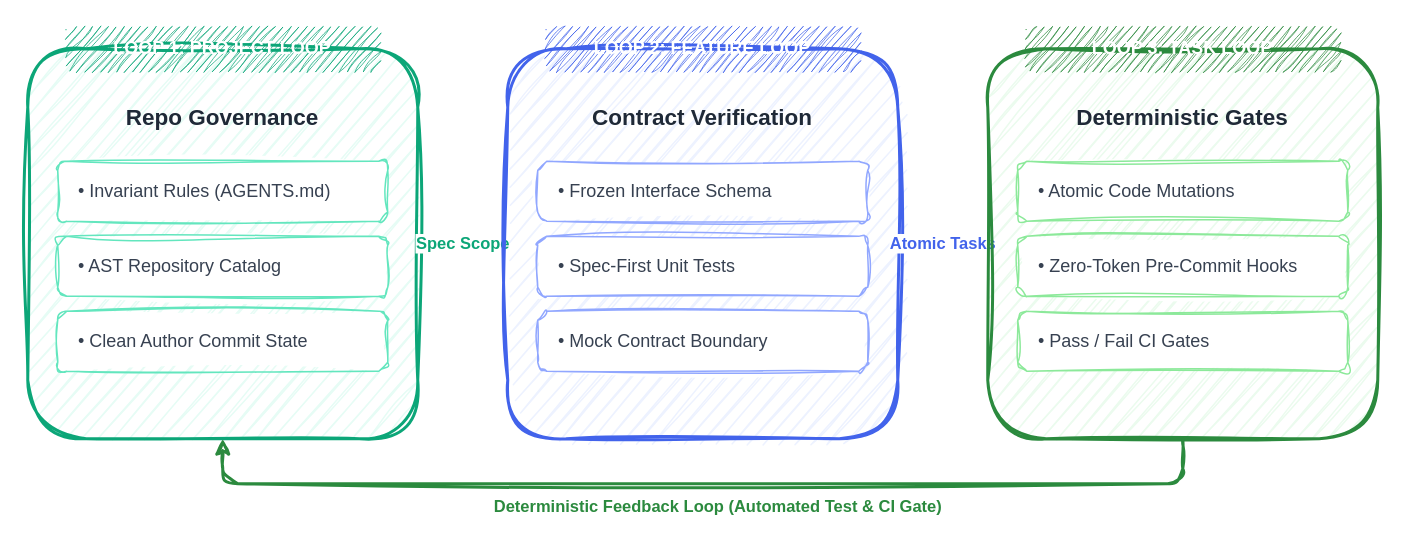
Before: public/diagrams/three-loop-harness.drawio in samuelek25k/samuelj90.github.io, a draw.io diagram. Source tidied: cells renumbered, new cells numbered last; positions are measured from the earlier drawing's top-left corner, leaving out a move shared by most shapes. Both pictures are drawn from the tidied source at 150%, with x=0, y=0 at pixel (27, 26).
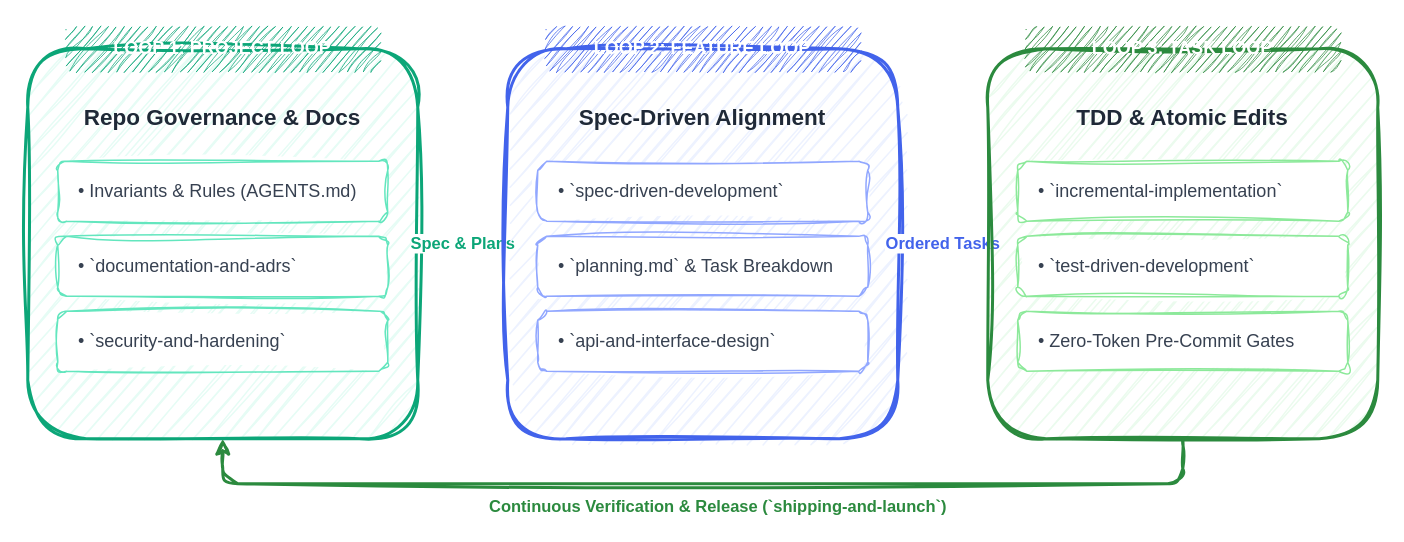
After the change.

Commit message (it also covers changes not shown here):
feat(diagrams): update architecture diagrams with consolidated skills layout

Unchanged cells that the change refers to:
```xml
<mxCell id="2" style="rounded=1;whiteSpace=wrap;html=1;sketch=1;curveFitting=1;jiggle=2;fillColor=#e6fcf5;strokeColor=#0ca678;strokeWidth=2;shadow=0;" parent="1" vertex="1">
  <mxGeometry y="15" width="260" height="260" as="geometry" />
</mxCell>
<mxCell id="9" style="rounded=1;whiteSpace=wrap;html=1;sketch=1;curveFitting=1;jiggle=2;fillColor=#edf2ff;strokeColor=#4263eb;strokeWidth=2;shadow=0;" parent="1" vertex="1">
  <mxGeometry x="320" y="15" width="260" height="260" as="geometry" />
</mxCell>
<mxCell id="16" style="rounded=1;whiteSpace=wrap;html=1;sketch=1;curveFitting=1;jiggle=2;fillColor=#ebfbee;strokeColor=#2b8a3e;strokeWidth=2;shadow=0;" parent="1" vertex="1">
  <mxGeometry x="640" y="15" width="260" height="260" as="geometry" />
</mxCell>
```

Diff of the diagram source:
```diff
@@
-    <mxCell id="4" value="&lt;b&gt;Repo Governance&lt;/b&gt;" style="text;html=1;strokeColor=none;fillColor=none;align=center;verticalAlign=middle;whiteSpace=wrap;rounded=0;fontSize=15;fontFamily=Helvetica;fontColor=#1f2937;" parent="1" vertex="1">
+    <mxCell id="4" value="&lt;b&gt;Repo Governance &amp; Docs&lt;/b&gt;" style="text;html=1;strokeColor=none;fillColor=none;align=center;verticalAlign=middle;whiteSpace=wrap;rounded=0;fontSize=15;fontFamily=Helvetica;fontColor=#1f2937;" parent="1" vertex="1">
       <mxGeometry x="20" y="45" width="220" height="30" as="geometry" />
     </mxCell>
-    <mxCell id="5" value="• Invariant Rules (AGENTS.md)" style="rounded=1;whiteSpace=wrap;html=1;sketch=1;curveFitting=1;jiggle=2;fillColor=#ffffff;strokeColor=#63e6be;fontSize=12;align=left;spacingLeft=12;fontFamily=Helvetica;fontColor=#374151;" parent="1" vertex="1">
+    <mxCell id="5" value="• Invariants &amp; Rules (AGENTS.md)" style="rounded=1;whiteSpace=wrap;html=1;sketch=1;curveFitting=1;jiggle=2;fillColor=#ffffff;strokeColor=#63e6be;fontSize=12;align=left;spacingLeft=12;fontFamily=Helvetica;fontColor=#374151;" parent="1" vertex="1">
       <mxGeometry x="20" y="90" width="220" height="40" as="geometry" />
     </mxCell>
-    <mxCell id="6" value="• AST Repository Catalog" style="rounded=1;whiteSpace=wrap;html=1;sketch=1;curveFitting=1;jiggle=2;fillColor=#ffffff;strokeColor=#63e6be;fontSize=12;align=left;spacingLeft=12;fontFamily=Helvetica;fontColor=#374151;" parent="1" vertex="1">
+    <mxCell id="6" value="• `documentation-and-adrs`" style="rounded=1;whiteSpace=wrap;html=1;sketch=1;curveFitting=1;jiggle=2;fillColor=#ffffff;strokeColor=#63e6be;fontSize=12;align=left;spacingLeft=12;fontFamily=Helvetica;fontColor=#374151;" parent="1" vertex="1">
       <mxGeometry x="20" y="140" width="220" height="40" as="geometry" />
     </mxCell>
-    <mxCell id="7" value="• Clean Author Commit State" style="rounded=1;whiteSpace=wrap;html=1;sketch=1;curveFitting=1;jiggle=2;fillColor=#ffffff;strokeColor=#63e6be;fontSize=12;align=left;spacingLeft=12;fontFamily=Helvetica;fontColor=#374151;" parent="1" vertex="1">
+    <mxCell id="7" value="• `security-and-hardening`" style="rounded=1;whiteSpace=wrap;html=1;sketch=1;curveFitting=1;jiggle=2;fillColor=#ffffff;strokeColor=#63e6be;fontSize=12;align=left;spacingLeft=12;fontFamily=Helvetica;fontColor=#374151;" parent="1" vertex="1">
       <mxGeometry x="20" y="190" width="220" height="40" as="geometry" />
     </mxCell>
-    <mxCell id="8" value="&lt;b&gt;Spec Scope&lt;/b&gt;" style="edgeStyle=orthogonalEdgeStyle;rounded=1;jettySize=auto;html=1;strokeColor=#0ca678;strokeWidth=2.5;sketch=1;curveFitting=1;jiggle=2;fontColor=#0ca678;fontSize=11;fontFamily=Helvetica;" parent="1" edge="1" source="2" target="9">
+    <mxCell id="8" value="&lt;b&gt;Spec &amp; Plans&lt;/b&gt;" style="edgeStyle=orthogonalEdgeStyle;rounded=1;jettySize=auto;html=1;strokeColor=#0ca678;strokeWidth=2.5;sketch=1;curveFitting=1;jiggle=2;fontColor=#0ca678;fontSize=11;fontFamily=Helvetica;" parent="1" edge="1" source="2" target="9">
       <mxGeometry relative="1" as="geometry" />
     </mxCell>
@@
-    <mxCell id="11" value="&lt;b&gt;Contract Verification&lt;/b&gt;" style="text;html=1;strokeColor=none;fillColor=none;align=center;verticalAlign=middle;whiteSpace=wrap;rounded=0;fontSize=15;fontFamily=Helvetica;fontColor=#1f2937;" parent="1" vertex="1">
+    <mxCell id="11" value="&lt;b&gt;Spec-Driven Alignment&lt;/b&gt;" style="text;html=1;strokeColor=none;fillColor=none;align=center;verticalAlign=middle;whiteSpace=wrap;rounded=0;fontSize=15;fontFamily=Helvetica;fontColor=#1f2937;" parent="1" vertex="1">
       <mxGeometry x="340" y="45" width="220" height="30" as="geometry" />
     </mxCell>
-    <mxCell id="12" value="• Frozen Interface Schema" style="rounded=1;whiteSpace=wrap;html=1;sketch=1;curveFitting=1;jiggle=2;fillColor=#ffffff;strokeColor=#91a7ff;fontSize=12;align=left;spacingLeft=12;fontFamily=Helvetica;fontColor=#374151;" parent="1" vertex="1">
+    <mxCell id="12" value="• `spec-driven-development`" style="rounded=1;whiteSpace=wrap;html=1;sketch=1;curveFitting=1;jiggle=2;fillColor=#ffffff;strokeColor=#91a7ff;fontSize=12;align=left;spacingLeft=12;fontFamily=Helvetica;fontColor=#374151;" parent="1" vertex="1">
       <mxGeometry x="340" y="90" width="220" height="40" as="geometry" />
     </mxCell>
-    <mxCell id="13" value="• Spec-First Unit Tests" style="rounded=1;whiteSpace=wrap;html=1;sketch=1;curveFitting=1;jiggle=2;fillColor=#ffffff;strokeColor=#91a7ff;fontSize=12;align=left;spacingLeft=12;fontFamily=Helvetica;fontColor=#374151;" parent="1" vertex="1">
+    <mxCell id="13" value="• `planning.md` &amp; Task Breakdown" style="rounded=1;whiteSpace=wrap;html=1;sketch=1;curveFitting=1;jiggle=2;fillColor=#ffffff;strokeColor=#91a7ff;fontSize=12;align=left;spacingLeft=12;fontFamily=Helvetica;fontColor=#374151;" parent="1" vertex="1">
       <mxGeometry x="340" y="140" width="220" height="40" as="geometry" />
     </mxCell>
-    <mxCell id="14" value="• Mock Contract Boundary" style="rounded=1;whiteSpace=wrap;html=1;sketch=1;curveFitting=1;jiggle=2;fillColor=#ffffff;strokeColor=#91a7ff;fontSize=12;align=left;spacingLeft=12;fontFamily=Helvetica;fontColor=#374151;" parent="1" vertex="1">
+    <mxCell id="14" value="• `api-and-interface-design`" style="rounded=1;whiteSpace=wrap;html=1;sketch=1;curveFitting=1;jiggle=2;fillColor=#ffffff;strokeColor=#91a7ff;fontSize=12;align=left;spacingLeft=12;fontFamily=Helvetica;fontColor=#374151;" parent="1" vertex="1">
       <mxGeometry x="340" y="190" width="220" height="40" as="geometry" />
     </mxCell>
-    <mxCell id="15" value="&lt;b&gt;Atomic Tasks&lt;/b&gt;" style="edgeStyle=orthogonalEdgeStyle;rounded=1;jettySize=auto;html=1;strokeColor=#4263eb;strokeWidth=2.5;sketch=1;curveFitting=1;jiggle=2;fontColor=#4263eb;fontSize=11;fontFamily=Helvetica;" parent="1" edge="1" source="9" target="16">
+    <mxCell id="15" value="&lt;b&gt;Ordered Tasks&lt;/b&gt;" style="edgeStyle=orthogonalEdgeStyle;rounded=1;jettySize=auto;html=1;strokeColor=#4263eb;strokeWidth=2.5;sketch=1;curveFitting=1;jiggle=2;fontColor=#4263eb;fontSize=11;fontFamily=Helvetica;" parent="1" edge="1" source="9" target="16">
       <mxGeometry relative="1" as="geometry" />
     </mxCell>
@@
-    <mxCell id="18" value="&lt;b&gt;Deterministic Gates&lt;/b&gt;" style="text;html=1;strokeColor=none;fillColor=none;align=center;verticalAlign=middle;whiteSpace=wrap;rounded=0;fontSize=15;fontFamily=Helvetica;fontColor=#1f2937;" parent="1" vertex="1">
+    <mxCell id="18" value="&lt;b&gt;TDD &amp; Atomic Edits&lt;/b&gt;" style="text;html=1;strokeColor=none;fillColor=none;align=center;verticalAlign=middle;whiteSpace=wrap;rounded=0;fontSize=15;fontFamily=Helvetica;fontColor=#1f2937;" parent="1" vertex="1">
       <mxGeometry x="660" y="45" width="220" height="30" as="geometry" />
     </mxCell>
-    <mxCell id="19" value="• Atomic Code Mutations" style="rounded=1;whiteSpace=wrap;html=1;sketch=1;curveFitting=1;jiggle=2;fillColor=#ffffff;strokeColor=#8ce99a;fontSize=12;align=left;spacingLeft=12;fontFamily=Helvetica;fontColor=#374151;" parent="1" vertex="1">
+    <mxCell id="19" value="• `incremental-implementation`" style="rounded=1;whiteSpace=wrap;html=1;sketch=1;curveFitting=1;jiggle=2;fillColor=#ffffff;strokeColor=#8ce99a;fontSize=12;align=left;spacingLeft=12;fontFamily=Helvetica;fontColor=#374151;" parent="1" vertex="1">
       <mxGeometry x="660" y="90" width="220" height="40" as="geometry" />
     </mxCell>
-    <mxCell id="20" value="• Zero-Token Pre-Commit Hooks" style="rounded=1;whiteSpace=wrap;html=1;sketch=1;curveFitting=1;jiggle=2;fillColor=#ffffff;strokeColor=#8ce99a;fontSize=12;align=left;spacingLeft=12;fontFamily=Helvetica;fontColor=#374151;" parent="1" vertex="1">
+    <mxCell id="20" value="• `test-driven-development`" style="rounded=1;whiteSpace=wrap;html=1;sketch=1;curveFitting=1;jiggle=2;fillColor=#ffffff;strokeColor=#8ce99a;fontSize=12;align=left;spacingLeft=12;fontFamily=Helvetica;fontColor=#374151;" parent="1" vertex="1">
       <mxGeometry x="660" y="140" width="220" height="40" as="geometry" />
     </mxCell>
-    <mxCell id="21" value="• Pass / Fail CI Gates" style="rounded=1;whiteSpace=wrap;html=1;sketch=1;curveFitting=1;jiggle=2;fillColor=#ffffff;strokeColor=#8ce99a;fontSize=12;align=left;spacingLeft=12;fontFamily=Helvetica;fontColor=#374151;" parent="1" vertex="1">
+    <mxCell id="21" value="• Zero-Token Pre-Commit Gates" style="rounded=1;whiteSpace=wrap;html=1;sketch=1;curveFitting=1;jiggle=2;fillColor=#ffffff;strokeColor=#8ce99a;fontSize=12;align=left;spacingLeft=12;fontFamily=Helvetica;fontColor=#374151;" parent="1" vertex="1">
       <mxGeometry x="660" y="190" width="220" height="40" as="geometry" />
     </mxCell>
-    <mxCell id="22" value="&lt;b&gt;Deterministic Feedback Loop (Automated Test &amp; CI Gate)&lt;/b&gt;" style="edgeStyle=orthogonalEdgeStyle;rounded=1;jettySize=auto;html=1;entryX=0.5;entryY=1;entryDx=0;entryDy=0;exitX=0.5;exitY=1;exitDx=0;exitDy=0;strokeColor=#2b8a3e;strokeWidth=2;strokeDasharray=4 4;sketch=1;curveFitting=1;jiggle=2;fontColor=#2b8a3e;fontSize=11;fontFamily=Helvetica;" parent="1" edge="1" source="16" target="2">
+    <mxCell id="22" value="&lt;b&gt;Continuous Verification &amp; Release (`shipping-and-launch`)&lt;/b&gt;" style="edgeStyle=orthogonalEdgeStyle;rounded=1;jettySize=auto;html=1;entryX=0.5;entryY=1;entryDx=0;entryDy=0;exitX=0.5;exitY=1;exitDx=0;exitDy=0;strokeColor=#2b8a3e;strokeWidth=2;strokeDasharray=4 4;sketch=1;curveFitting=1;jiggle=2;fontColor=#2b8a3e;fontSize=11;fontFamily=Helvetica;" parent="1" edge="1" source="16" target="2">
       <mxGeometry x="-0.03" y="15" relative="1" as="geometry">
         <Array as="points">
           <mxPoint x="770" y="305" />
           <mxPoint x="130" y="305" />
         </Array>
       </mxGeometry>
     </mxCell>
```
